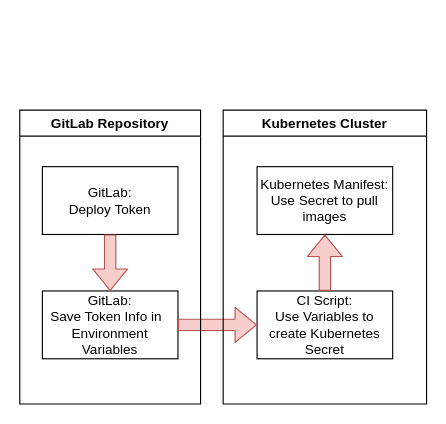
The draw.io diagram CldOps/cicd-cluster-authentication.drawio in lzkndg/hsr-documents, before the edit. Source tidied: cells renumbered, new cells numbered last; positions are measured from the earlier drawing's top-left corner, leaving out a move shared by most shapes. Both pictures are drawn from the tidied source at 113%, with x=0, y=0 at pixel (19, 110).
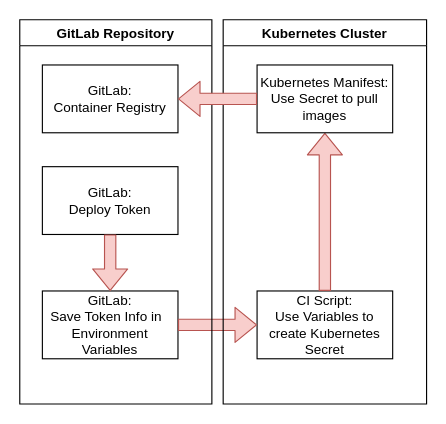
After the change.

The edit, as a diff of the source:
```diff
@@
 <mxGraphModel>
   <root>
     <mxCell id="0" />
     <mxCell id="1" parent="0" />
     <mxCell id="2" value="GitLab:&lt;br&gt;Deploy Token" style="rounded=0;whiteSpace=wrap;html=1;" parent="1" vertex="1">
       <mxGeometry x="20" y="50" width="120" height="60" as="geometry" />
     </mxCell>
     <mxCell id="3" value="GitLab: &lt;br&gt;Save Token Info in&amp;nbsp;&amp;nbsp;&lt;br&gt;Environment Variables" style="rounded=0;whiteSpace=wrap;html=1;" parent="1" vertex="1">
       <mxGeometry x="20" y="160" width="120" height="60" as="geometry" />
     </mxCell>
     <mxCell id="4" value="CI Script:&lt;br&gt;Use Variables to create Kubernetes Secret" style="rounded=0;whiteSpace=wrap;html=1;" parent="1" vertex="1">
       <mxGeometry x="210" y="160" width="120" height="60" as="geometry" />
     </mxCell>
     <mxCell id="5" style="shape=flexArrow;endArrow=classic;html=1;exitX=1;exitY=0.5;exitDx=0;exitDy=0;entryX=0;entryY=0.5;entryDx=0;entryDy=0;fillColor=#f8cecc;strokeColor=#b85450;" parent="1" edge="1" source="3" target="4">
       <mxGeometry relative="1" as="geometry" />
     </mxCell>
     <mxCell id="6" style="shape=flexArrow;endArrow=classic;html=1;exitX=0.5;exitY=1;exitDx=0;exitDy=0;entryX=0.5;entryY=0;entryDx=0;entryDy=0;fillColor=#f8cecc;strokeColor=#b85450;" parent="1" edge="1" source="2" target="3">
       <mxGeometry relative="1" as="geometry" />
     </mxCell>
-    <mxCell id="7" value="Kubernetes Manifest:&lt;br&gt;Use Secret to pull images" style="rounded=0;whiteSpace=wrap;html=1;" parent="1" vertex="1">
-      <mxGeometry x="210" y="50" width="120" height="60" as="geometry" />
-    </mxCell>
     <mxCell id="8" style="shape=flexArrow;endArrow=classic;html=1;entryX=0.5;entryY=1;entryDx=0;entryDy=0;exitX=0.5;exitY=0;exitDx=0;exitDy=0;fillColor=#f8cecc;strokeColor=#b85450;" parent="1" edge="1" source="4" target="7">
       <mxGeometry relative="1" as="geometry" />
     </mxCell>
     <mxCell id="9" value="Kubernetes Cluster" style="swimlane;" parent="1" vertex="1">
-      <mxGeometry x="180" width="180" height="260" as="geometry" />
+      <mxGeometry x="180" y="-80" width="180" height="340" as="geometry" />
     </mxCell>
+    <mxCell id="7" value="Kubernetes Manifest:&lt;br&gt;Use Secret to pull images" style="rounded=0;whiteSpace=wrap;html=1;" parent="9" vertex="1">
+      <mxGeometry x="30" y="40" width="120" height="60" as="geometry" />
+    </mxCell>
     <mxCell id="10" value="GitLab Repository" style="swimlane;" parent="1" vertex="1">
-      <mxGeometry width="160" height="260" as="geometry" />
+      <mxGeometry y="-80" width="170" height="340" as="geometry" />
     </mxCell>
+    <mxCell id="11" value="GitLab:&lt;br&gt;Container Registry" style="rounded=0;whiteSpace=wrap;html=1;" parent="10" vertex="1">
+      <mxGeometry x="20" y="40" width="120" height="60" as="geometry" />
+    </mxCell>
+    <mxCell id="12" style="shape=flexArrow;endArrow=classic;html=1;exitX=0;exitY=0.5;exitDx=0;exitDy=0;entryX=1;entryY=0.5;entryDx=0;entryDy=0;fillColor=#f8cecc;strokeColor=#b85450;" parent="1" edge="1" source="7" target="11">
+      <mxGeometry relative="1" as="geometry" />
+    </mxCell>
   </root>
 </mxGraphModel>
```
